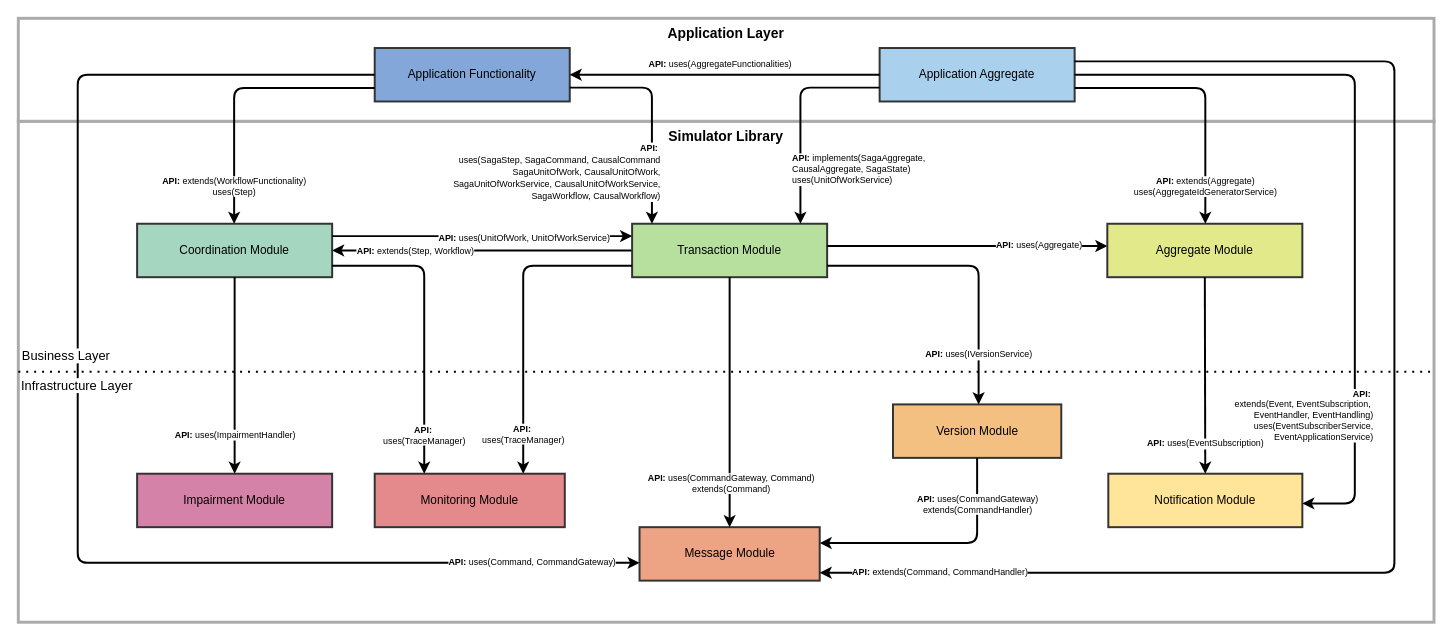
The draw.io diagram data/figs/architecture/layers/layers_with_apis_extends_uses.drawio in socialsoftware/microservices-simulator, before the edit. Source tidied: cells renumbered, new cells numbered last; positions are measured from the earlier drawing's top-left corner, leaving out a move shared by most shapes. Both pictures are drawn from the tidied source at 99%, with x=0, y=0 at pixel (18, 18).
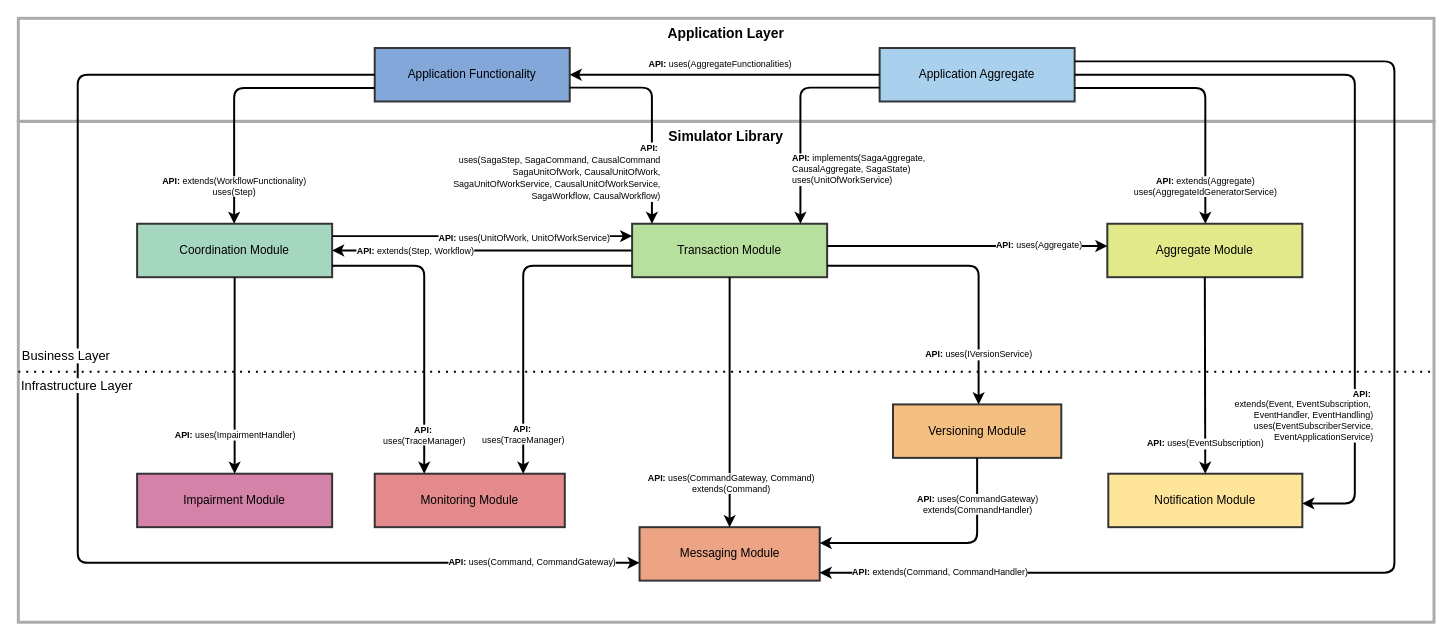
Above is the later version.

The edit, as a diff of the source:
```diff
@@
-    <mxCell id="13" value="Version Module" style="whiteSpace=wrap;strokeWidth=2;fillColor=#F3C082;strokeColor=#333333;labelBackgroundColor=none;labelBorderColor=none;textShadow=0;" parent="1" vertex="1">
+    <mxCell id="13" value="Versioning Module" style="whiteSpace=wrap;strokeWidth=2;fillColor=#F3C082;strokeColor=#333333;labelBackgroundColor=none;labelBorderColor=none;textShadow=0;" parent="1" vertex="1">
       <mxGeometry x="883.5" y="390" width="170" height="54" as="geometry" />
     </mxCell>
@@
-    <mxCell id="15" value="Message Module" style="whiteSpace=wrap;strokeWidth=2;fillColor=#ECA485;strokeColor=#333333;labelBackgroundColor=none;labelBorderColor=none;textShadow=0;" parent="1" vertex="1">
+    <mxCell id="15" value="Messaging Module" style="whiteSpace=wrap;strokeWidth=2;fillColor=#ECA485;strokeColor=#333333;labelBackgroundColor=none;labelBorderColor=none;textShadow=0;" parent="1" vertex="1">
       <mxGeometry x="627.5" y="514" width="182" height="54" as="geometry" />
     </mxCell>
```
